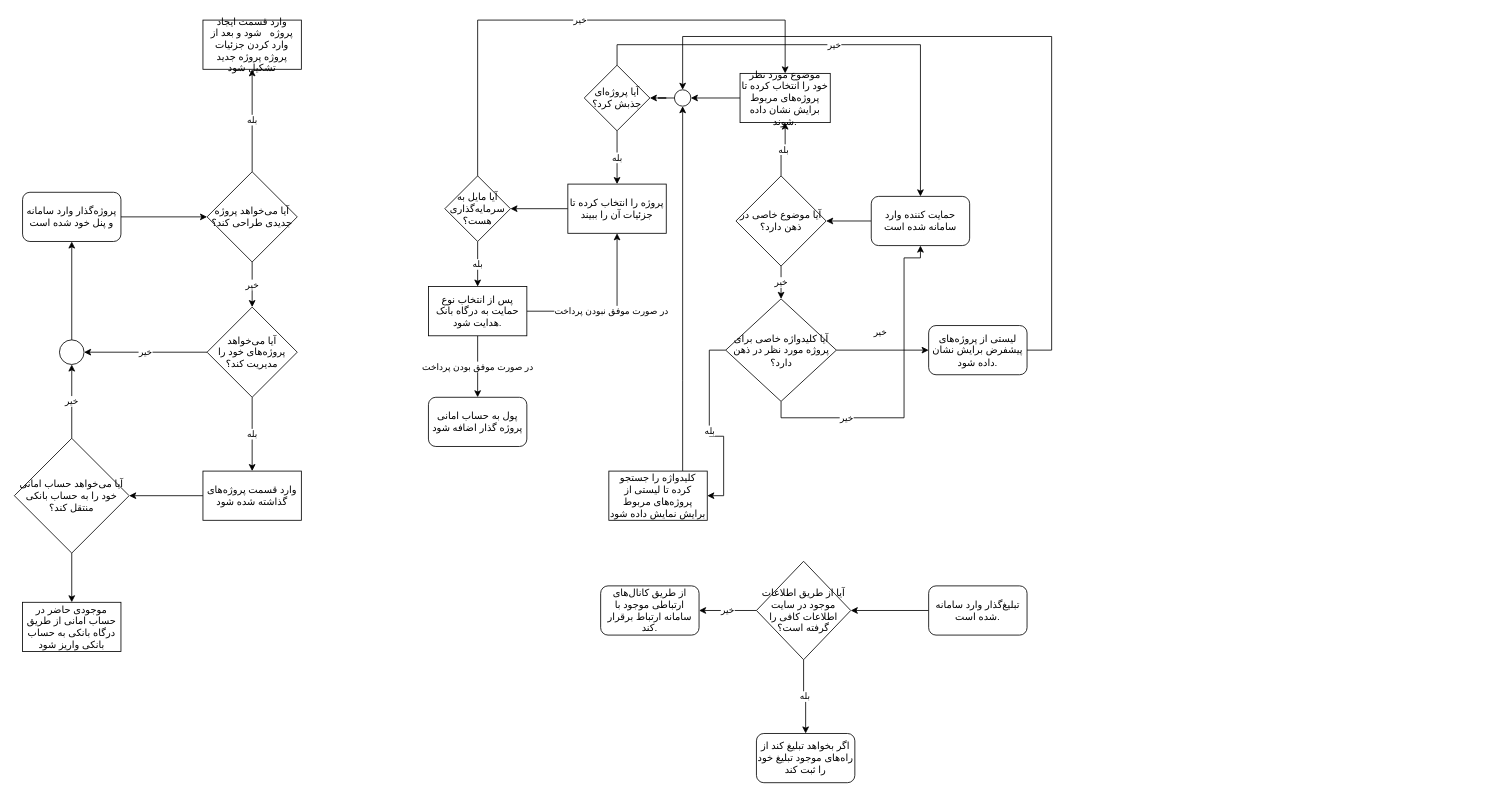
Before: Buisiness WorkFlow.drawio in AwesDea/EC, a draw.io diagram. Source tidied: cells renumbered, new cells numbered last; positions are measured from the earlier drawing's top-left corner, leaving out a move shared by most shapes. Both pictures are drawn from the tidied source at 82%, with x=0, y=0 at pixel (14, 20).
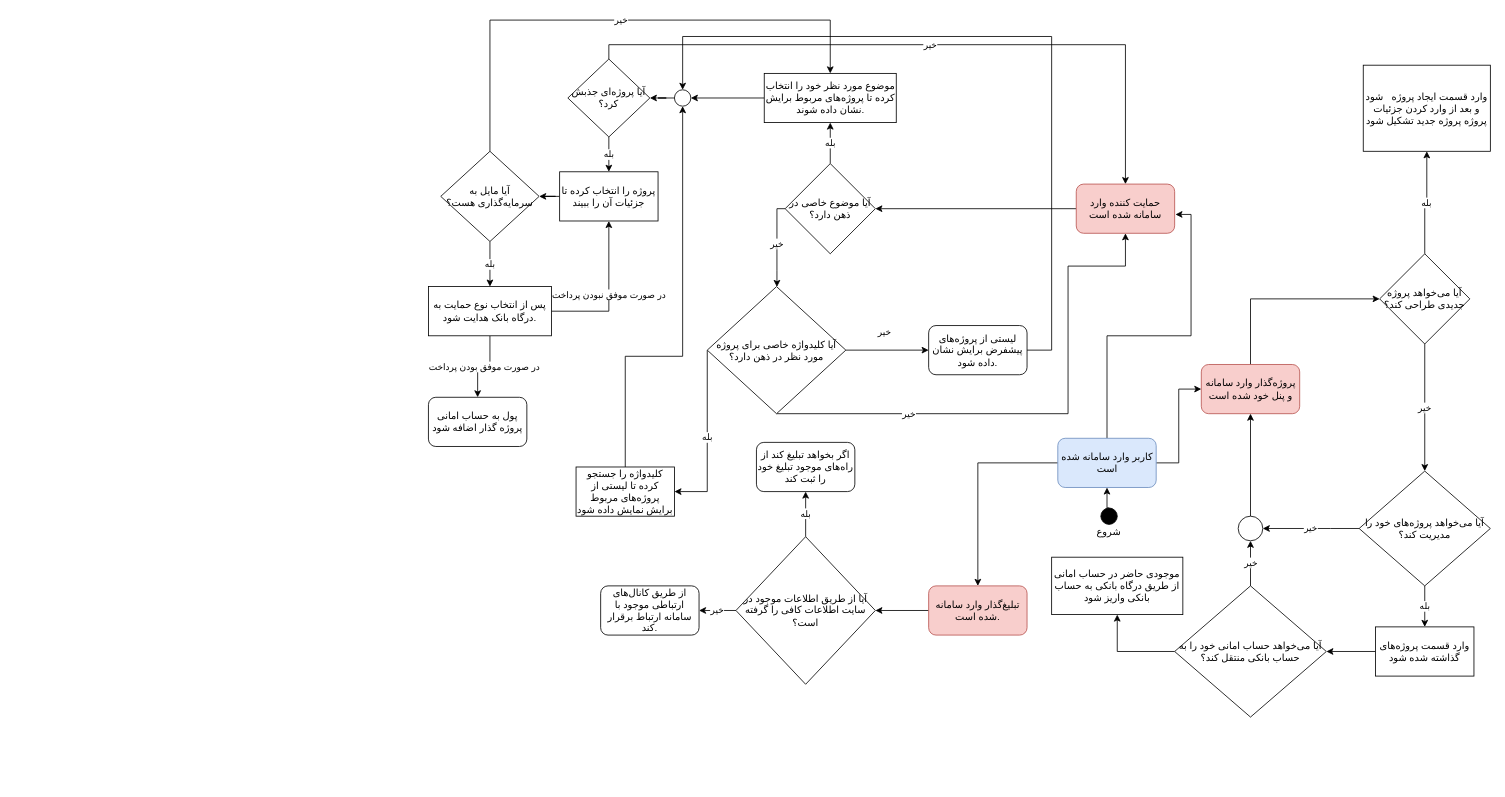
The same diagram, later.

The change refers to these unchanged cells:
```xml
<mxCell id="45" style="ellipse;whiteSpace=wrap;html=1;" parent="1" vertex="1">
  <mxGeometry x="805" y="85" width="20" height="20" as="geometry" />
</mxCell>
```

Change to the diagram source:
```diff
@@
     <mxCell id="2" style="edgeStyle=orthogonalEdgeStyle;rounded=0;jettySize=auto;html=1;entryX=0;entryY=0.5;entryDx=0;entryDy=0;" parent="1" edge="1" source="3" target="6">
-      <mxGeometry relative="1" as="geometry" />
+      <mxGeometry relative="1" as="geometry">
+        <Array as="points">
+          <mxPoint x="1508" y="340" />
+        </Array>
+      </mxGeometry>
     </mxCell>
-    <mxCell id="3" value="پروژه‌گذار وارد سامانه و پنل خود شده است" style="rounded=1;whiteSpace=wrap;html=1;" parent="1" vertex="1">
-      <mxGeometry x="10" y="210" width="120" height="60" as="geometry" />
+    <mxCell id="3" value="پروژه‌گذار وارد سامانه و پنل خود شده است" style="rounded=1;whiteSpace=wrap;html=1;fillColor=#f8cecc;strokeColor=#b85450;" parent="1" vertex="1">
+      <mxGeometry x="1447.5" y="420" width="120" height="60" as="geometry" />
     </mxCell>
@@
     <mxCell id="6" value="آیا می‌خواهد پروژه جدیدی طراحی کند؟" style="rhombus;whiteSpace=wrap;html=1;" parent="1" vertex="1">
-      <mxGeometry x="235" y="185" width="110" height="110" as="geometry" />
+      <mxGeometry x="1665" y="285" width="110" height="110" as="geometry" />
     </mxCell>
     <mxCell id="7" value="وارد قسمت ایجاد پروژه&amp;nbsp; &amp;nbsp;شود و بعد از وارد کردن جزئیات پروژه پروژه جدید تشکیل شود" style="rounded=0;whiteSpace=wrap;html=1;" parent="1" vertex="1">
-      <mxGeometry x="230" width="120" height="60" as="geometry" />
+      <mxGeometry x="1645" y="55" width="155" height="105" as="geometry" />
     </mxCell>
@@
     <mxCell id="9" value="خیر&lt;br&gt;" style="edgeStyle=orthogonalEdgeStyle;rounded=0;jettySize=auto;html=1;exitX=0;exitY=0.5;exitDx=0;exitDy=0;entryX=1;entryY=0.5;entryDx=0;entryDy=0;" parent="1" edge="1" source="10" target="40">
-      <mxGeometry relative="1" as="geometry" />
+      <mxGeometry relative="1" as="geometry">
+        <Array as="points">
+          <mxPoint x="1605" y="620" />
+          <mxPoint x="1605" y="620" />
+        </Array>
+      </mxGeometry>
     </mxCell>
     <mxCell id="10" value="آیا می‌خواهد پروژه‌های خود را مدیریت کند؟" style="rhombus;whiteSpace=wrap;html=1;" parent="1" vertex="1">
-      <mxGeometry x="235" y="350" width="110" height="110" as="geometry" />
+      <mxGeometry x="1640" y="550" width="160" height="140" as="geometry" />
     </mxCell>
@@
     <mxCell id="12" value="وارد قسمت پروژه‌های گذاشته شده شود" style="rounded=0;whiteSpace=wrap;html=1;" parent="1" vertex="1">
-      <mxGeometry x="230" y="550" width="120" height="60" as="geometry" />
+      <mxGeometry x="1660" y="740" width="120" height="60" as="geometry" />
     </mxCell>
@@
-    <mxCell id="14" value="حمایت کننده وارد سامانه شده است" style="rounded=1;whiteSpace=wrap;html=1;" parent="1" vertex="1">
-      <mxGeometry x="1045" y="215" width="120" height="60" as="geometry" />
+    <mxCell id="14" value="حمایت کننده وارد سامانه شده است" style="rounded=1;whiteSpace=wrap;html=1;fillColor=#f8cecc;strokeColor=#b85450;" parent="1" vertex="1">
+      <mxGeometry x="1295" y="200" width="120" height="60" as="geometry" />
     </mxCell>
@@
-    <mxCell id="16" value="خیر" style="edgeStyle=orthogonalEdgeStyle;rounded=0;jettySize=auto;html=1;exitX=0.5;exitY=1;exitDx=0;exitDy=0;" parent="1" edge="1" source="17" target="21">
-      <mxGeometry relative="1" as="geometry" />
+    <mxCell id="16" value="خیر" style="edgeStyle=orthogonalEdgeStyle;rounded=0;jettySize=auto;html=1;exitX=0;exitY=0.5;exitDx=0;exitDy=0;" parent="1" edge="1" source="17" target="21">
+      <mxGeometry relative="1" as="geometry">
+        <Array as="points">
+          <mxPoint x="930" y="305" />
+          <mxPoint x="930" y="305" />
+        </Array>
+      </mxGeometry>
     </mxCell>
     <mxCell id="17" value="آیا موضوع خاصی در ذهن دارد؟" style="rhombus;whiteSpace=wrap;html=1;" parent="1" vertex="1">
-      <mxGeometry x="880" y="190" width="110" height="110" as="geometry" />
+      <mxGeometry x="940" y="175" width="110" height="110" as="geometry" />
     </mxCell>
@@
     <mxCell id="19" value="بله&lt;br&gt;" style="edgeStyle=orthogonalEdgeStyle;rounded=0;jettySize=auto;html=1;exitX=0;exitY=0.5;exitDx=0;exitDy=0;entryX=1;entryY=0.5;entryDx=0;entryDy=0;" parent="1" edge="1" source="21" target="47">
-      <mxGeometry relative="1" as="geometry" />
+      <mxGeometry relative="1" as="geometry">
+        <Array as="points">
+          <mxPoint x="845" y="403" />
+          <mxPoint x="845" y="580" />
+        </Array>
+      </mxGeometry>
     </mxCell>
     <mxCell id="20" value="خیر" style="edgeStyle=orthogonalEdgeStyle;rounded=0;jettySize=auto;html=1;exitX=0.5;exitY=1;exitDx=0;exitDy=0;entryX=0.5;entryY=1;entryDx=0;entryDy=0;" parent="1" edge="1" source="21" target="14">
       <mxGeometry x="-0.5" relative="1" as="geometry">
         <Array as="points">
-          <mxPoint x="935" y="485" />
-          <mxPoint x="1085" y="485" />
-          <mxPoint x="1085" y="290" />
-          <mxPoint x="1105" y="290" />
+          <mxPoint x="935" y="480" />
+          <mxPoint x="1285" y="480" />
+          <mxPoint x="1285" y="300" />
+          <mxPoint x="1355" y="300" />
         </Array>
       </mxGeometry>
     </mxCell>
     <mxCell id="21" value="آیا کلیدواژه خاصی برای پروژه مورد نظر در ذهن دارد؟" style="rhombus;whiteSpace=wrap;html=1;" parent="1" vertex="1">
-      <mxGeometry x="867.5" y="340" width="135" height="125" as="geometry" />
+      <mxGeometry x="845" y="325" width="169" height="155" as="geometry" />
     </mxCell>
@@
     <mxCell id="23" value="موضوع مورد نظر خود را انتخاب کرده تا پروژه‌های مربوط برایش نشان داده شوند." style="rounded=0;whiteSpace=wrap;html=1;" parent="1" vertex="1">
-      <mxGeometry x="885" y="65" width="110" height="60" as="geometry" />
+      <mxGeometry x="914.5" y="65" width="161" height="60" as="geometry" />
     </mxCell>
@@
-    <mxCell id="25" value="خیر&lt;br&gt;" style="edgeStyle=orthogonalEdgeStyle;rounded=0;jettySize=auto;html=1;entryX=0.5;entryY=0;entryDx=0;entryDy=0;" parent="1" edge="1" source="26" target="14">
+    <mxCell id="25" value="خیر&lt;br&gt;" style="edgeStyle=orthogonalEdgeStyle;rounded=0;jettySize=auto;html=1;entryX=0.5;entryY=0;entryDx=0;entryDy=0;exitX=0.5;exitY=0;exitDx=0;exitDy=0;" parent="1" edge="1" source="26" target="14">
       <mxGeometry relative="1" as="geometry">
         <Array as="points">
-          <mxPoint x="735" y="30" />
-          <mxPoint x="1105" y="30" />
+          <mxPoint x="725" y="30" />
+          <mxPoint x="1355" y="30" />
         </Array>
       </mxGeometry>
     </mxCell>
     <mxCell id="26" value="آیا پروژه‌ای جذبش کرد؟" style="rhombus;whiteSpace=wrap;html=1;" parent="1" vertex="1">
-      <mxGeometry x="695" y="55" width="80" height="80" as="geometry" />
+      <mxGeometry x="675" y="47.5" width="100" height="95" as="geometry" />
     </mxCell>
@@
     <mxCell id="28" value="پروژه را انتخاب کرده تا جزئیات آن را ببیند" style="rounded=0;whiteSpace=wrap;html=1;" parent="1" vertex="1">
-      <mxGeometry x="675" y="200" width="120" height="60" as="geometry" />
+      <mxGeometry x="665" y="185" width="120" height="60" as="geometry" />
     </mxCell>
@@
-    <mxCell id="30" value="خیر" style="edgeStyle=orthogonalEdgeStyle;rounded=0;jettySize=auto;html=1;entryX=0.5;entryY=0;entryDx=0;entryDy=0;" parent="1" edge="1" source="31" target="23">
+    <mxCell id="30" value="خیر" style="edgeStyle=orthogonalEdgeStyle;rounded=0;jettySize=auto;html=1;exitX=0.5;exitY=0;exitDx=0;exitDy=0;entryX=0.5;entryY=0;entryDx=0;entryDy=0;" parent="1" edge="1" source="31" target="23">
       <mxGeometry relative="1" as="geometry">
         <Array as="points">
-          <mxPoint x="565" />
-          <mxPoint x="940" />
+          <mxPoint x="580" />
+          <mxPoint x="995" />
         </Array>
       </mxGeometry>
     </mxCell>
     <mxCell id="31" value="آیا مایل به سرمایه‌گذاری هست؟" style="rhombus;whiteSpace=wrap;html=1;" parent="1" vertex="1">
-      <mxGeometry x="525" y="190" width="80" height="80" as="geometry" />
+      <mxGeometry x="520" y="160" width="120" height="110" as="geometry" />
     </mxCell>
@@
     <mxCell id="34" value="پس از انتخاب نوع حمایت به درگاه بانک هدایت شود." style="rounded=0;whiteSpace=wrap;html=1;" parent="1" vertex="1">
-      <mxGeometry x="505" y="325" width="120" height="60" as="geometry" />
+      <mxGeometry x="505" y="325" width="150" height="60" as="geometry" />
     </mxCell>
@@
-    <mxCell id="36" style="edgeStyle=orthogonalEdgeStyle;rounded=0;jettySize=auto;html=1;entryX=0.5;entryY=0;entryDx=0;entryDy=0;" parent="1" edge="1" source="38" target="41">
+    <mxCell id="36" style="edgeStyle=orthogonalEdgeStyle;rounded=0;jettySize=auto;html=1;entryX=0.5;entryY=1;entryDx=0;entryDy=0;exitX=0;exitY=0.5;exitDx=0;exitDy=0;" parent="1" edge="1" source="38" target="41">
       <mxGeometry relative="1" as="geometry" />
     </mxCell>
@@
     <mxCell id="38" value="آیا می‌خواهد حساب امانی خود را به حساب بانکی منتقل کند؟" style="rhombus;whiteSpace=wrap;html=1;" parent="1" vertex="1">
-      <mxGeometry y="510" width="140" height="140" as="geometry" />
+      <mxGeometry x="1415" y="690" width="185" height="160" as="geometry" />
     </mxCell>
-    <mxCell id="39" style="edgeStyle=orthogonalEdgeStyle;rounded=0;jettySize=auto;html=1;exitX=0.5;exitY=0;exitDx=0;exitDy=0;" parent="1" edge="1" source="40" target="3">
+    <mxCell id="39" style="edgeStyle=orthogonalEdgeStyle;rounded=0;jettySize=auto;html=1;exitX=0.5;exitY=0;exitDx=0;exitDy=0;entryX=0.5;entryY=1;entryDx=0;entryDy=0;" parent="1" edge="1" source="40" target="3">
       <mxGeometry relative="1" as="geometry" />
     </mxCell>
     <mxCell id="40" style="ellipse;whiteSpace=wrap;html=1;" parent="1" vertex="1">
-      <mxGeometry x="55" y="390" width="30" height="30" as="geometry" />
+      <mxGeometry x="1492.5" y="605" width="30" height="30" as="geometry" />
     </mxCell>
     <mxCell id="41" value="موجودی حاضر در حساب امانی از طریق درگاه بانکی به حساب بانکی واریز شود" style="rounded=0;whiteSpace=wrap;html=1;" parent="1" vertex="1">
-      <mxGeometry x="10" y="710" width="120" height="60" as="geometry" />
+      <mxGeometry x="1265" y="655" width="160" height="70" as="geometry" />
     </mxCell>
@@
-    <mxCell id="46" style="edgeStyle=orthogonalEdgeStyle;rounded=0;jettySize=auto;html=1;entryX=0.5;entryY=1;entryDx=0;entryDy=0;" parent="1" edge="1" source="47" target="45">
+    <mxCell id="46" style="edgeStyle=orthogonalEdgeStyle;rounded=0;jettySize=auto;html=1;entryX=0.5;entryY=1;entryDx=0;entryDy=0;exitX=0.5;exitY=0;exitDx=0;exitDy=0;" parent="1" edge="1" source="47" target="45">
       <mxGeometry relative="1" as="geometry">
         <Array as="points">
-          <mxPoint x="815" y="440" />
-          <mxPoint x="815" y="440" />
+          <mxPoint x="745" y="410" />
+          <mxPoint x="815" y="410" />
         </Array>
       </mxGeometry>
     </mxCell>
     <mxCell id="47" value="کلیدواژه را جستجو کرده تا لیستی از پروژه‌های مربوط برایش نمایش داده شود" style="rounded=0;whiteSpace=wrap;html=1;" parent="1" vertex="1">
-      <mxGeometry x="725" y="550" width="120" height="60" as="geometry" />
+      <mxGeometry x="685" y="545" width="120" height="60" as="geometry" />
     </mxCell>
@@
-    <mxCell id="49" value="تبلیغ‌گذار وارد سامانه شده است." style="rounded=1;whiteSpace=wrap;html=1;" parent="1" vertex="1">
+    <mxCell id="49" value="تبلیغ‌گذار وارد سامانه شده است." style="rounded=1;whiteSpace=wrap;html=1;fillColor=#f8cecc;strokeColor=#b85450;" parent="1" vertex="1">
       <mxGeometry x="1115" y="690" width="120" height="60" as="geometry" />
     </mxCell>
-    <mxCell id="50" value="بله" style="edgeStyle=orthogonalEdgeStyle;rounded=0;jettySize=auto;html=1;entryX=0.5;entryY=0;entryDx=0;entryDy=0;" parent="1" edge="1" source="52" target="53">
+    <mxCell id="50" value="بله" style="edgeStyle=orthogonalEdgeStyle;rounded=0;jettySize=auto;html=1;entryX=0.5;entryY=1;entryDx=0;entryDy=0;" parent="1" edge="1" source="52" target="53">
       <mxGeometry relative="1" as="geometry" />
     </mxCell>
@@
     <mxCell id="52" value="آیا از طریق اطلاعات موجود در سایت اطلاعات کافی را گرفته است؟" style="rhombus;whiteSpace=wrap;html=1;" parent="1" vertex="1">
-      <mxGeometry x="905" y="660" width="115" height="120" as="geometry" />
+      <mxGeometry x="880" y="630" width="170" height="180" as="geometry" />
     </mxCell>
     <mxCell id="53" value="اگر بخواهد تبلیغ کند از راه‌های موجود تبلیغ خود را ثبت کند" style="rounded=1;whiteSpace=wrap;html=1;" parent="1" vertex="1">
-      <mxGeometry x="905" y="870" width="120" height="60" as="geometry" />
+      <mxGeometry x="905" y="515" width="120" height="60" as="geometry" />
     </mxCell>
@@
+    <mxCell id="55" style="edgeStyle=orthogonalEdgeStyle;rounded=0;jettySize=auto;html=1;entryX=1.008;entryY=0.617;entryDx=0;entryDy=0;entryPerimeter=0;exitX=0.5;exitY=0;exitDx=0;exitDy=0;" parent="1" edge="1" source="58" target="14">
+      <mxGeometry relative="1" as="geometry" />
+    </mxCell>
+    <mxCell id="56" style="edgeStyle=orthogonalEdgeStyle;rounded=0;jettySize=auto;html=1;entryX=0;entryY=0.5;entryDx=0;entryDy=0;" parent="1" edge="1" source="58" target="3">
+      <mxGeometry relative="1" as="geometry" />
+    </mxCell>
+    <mxCell id="57" style="edgeStyle=orthogonalEdgeStyle;rounded=0;jettySize=auto;html=1;entryX=0.5;entryY=0;entryDx=0;entryDy=0;" parent="1" edge="1" source="58" target="49">
+      <mxGeometry relative="1" as="geometry" />
+    </mxCell>
+    <mxCell id="58" value="کاربر وارد سامانه شده است" style="rounded=1;whiteSpace=wrap;html=1;fillColor=#dae8fc;strokeColor=#6c8ebf;" parent="1" vertex="1">
+      <mxGeometry x="1272.5" y="510" width="120" height="60" as="geometry" />
+    </mxCell>
+    <mxCell id="59" style="edgeStyle=orthogonalEdgeStyle;rounded=0;jettySize=auto;html=1;exitX=0.5;exitY=0;exitDx=0;exitDy=0;entryX=0.5;entryY=1;entryDx=0;entryDy=0;" parent="1" edge="1" source="60" target="58">
+      <mxGeometry relative="1" as="geometry" />
+    </mxCell>
+    <mxCell id="60" style="ellipse;whiteSpace=wrap;html=1;fillColor=#000000;" parent="1" vertex="1">
+      <mxGeometry x="1325" y="595" width="20" height="20" as="geometry" />
+    </mxCell>
+    <mxCell id="61" value="شروع&lt;br&gt;" style="text;html=1;strokeColor=none;fillColor=none;align=center;verticalAlign=middle;whiteSpace=wrap;rounded=0;" parent="1" vertex="1">
+      <mxGeometry x="1315" y="615" width="40" height="20" as="geometry" />
+    </mxCell>
```
